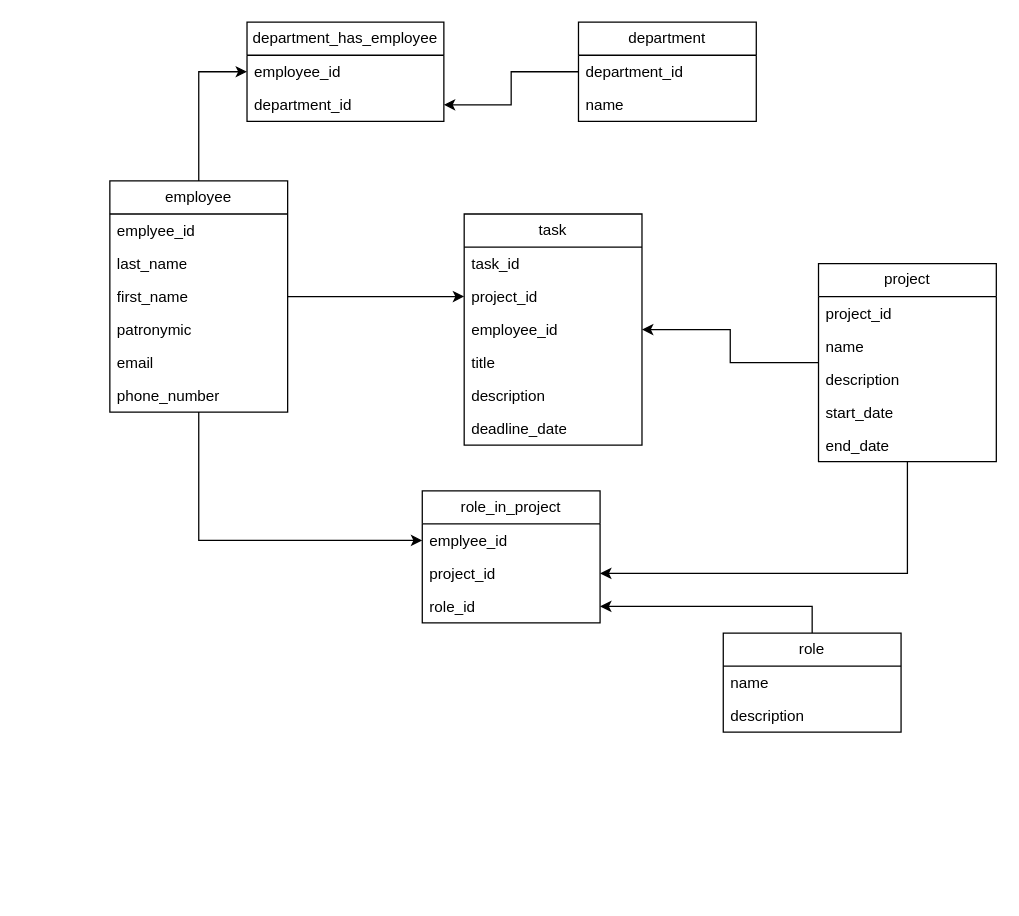
The draw.io diagram page "19 Сотрудники, выполненные проекты, участие в проектах." (2 of 2) of lw2/lw2.drawio in alozhka/databases-course, before the edit. Source tidied: cells renumbered, new cells numbered last; positions are measured from the earlier drawing's top-left corner, leaving out a move shared by most shapes. Both pictures are drawn from the tidied source at 127%, with x=0, y=0 at pixel (109, 22).
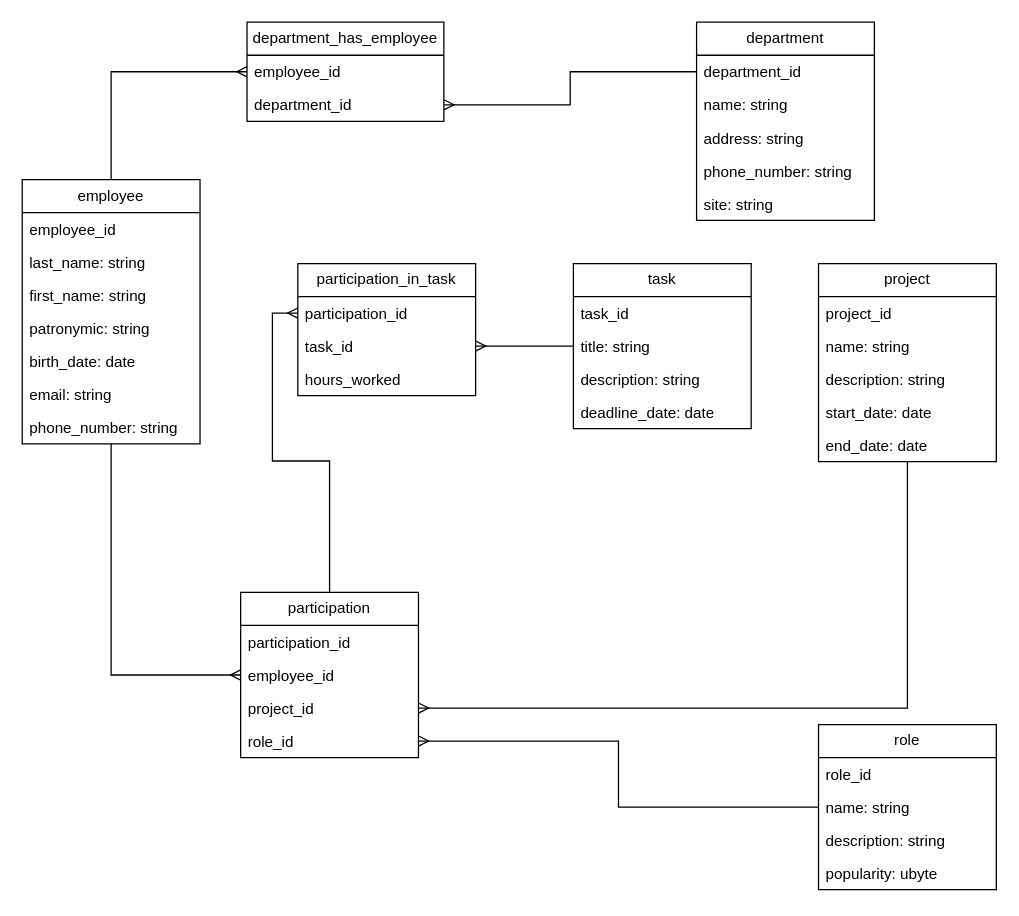
The same page after the edit.

Unchanged cells that the change refers to:
```xml
<mxCell id="14" value="project" style="swimlane;fontStyle=0;horizontal=1;startSize=26;fillColor=none;whiteSpace=wrap;html=1;" parent="1" vertex="1">
  <mxGeometry x="558" y="190" width="140" height="156" as="geometry" />
</mxCell>
<mxCell id="36" value="department_id" style="text;strokeColor=none;fillColor=none;align=left;verticalAlign=top;spacingLeft=4;spacingRight=4;overflow=hidden;points=[[0,0.5],[1,0.5]];portConstraint=eastwest;whiteSpace=wrap;html=1;" parent="35" vertex="1">
  <mxGeometry y="26" width="140" height="26" as="geometry" />
</mxCell>
<mxCell id="39" value="employee_id" style="text;strokeColor=none;fillColor=none;align=left;verticalAlign=top;spacingLeft=4;spacingRight=4;overflow=hidden;points=[[0,0.5],[1,0.5]];portConstraint=eastwest;whiteSpace=wrap;html=1;" parent="38" vertex="1">
  <mxGeometry y="26" width="155" height="26" as="geometry" />
</mxCell>
<mxCell id="40" value="department_id" style="text;strokeColor=none;fillColor=none;align=left;verticalAlign=top;spacingLeft=4;spacingRight=4;overflow=hidden;points=[[0,0.5],[1,0.5]];portConstraint=eastwest;whiteSpace=wrap;html=1;" parent="38" vertex="1">
  <mxGeometry y="52" width="155" height="26" as="geometry" />
</mxCell>
```

What changed in the source:
```diff
@@
-    <mxCell id="2" style="edgeStyle=orthogonalEdgeStyle;rounded=0;jettySize=auto;html=1;" parent="1" edge="1" source="5" target="26">
-      <mxGeometry relative="1" as="geometry" />
-    </mxCell>
-    <mxCell id="3" style="edgeStyle=orthogonalEdgeStyle;rounded=0;jettySize=auto;html=1;entryX=0;entryY=0.5;entryDx=0;entryDy=0;" parent="1" edge="1" source="5" target="32">
+    <mxCell id="3" style="edgeStyle=orthogonalEdgeStyle;rounded=0;jettySize=auto;html=1;entryX=0;entryY=0.5;entryDx=0;entryDy=0;endArrow=ERmany;endFill=0;" parent="1" edge="1" source="5" target="32">
       <mxGeometry relative="1" as="geometry" />
     </mxCell>
-    <mxCell id="4" style="edgeStyle=orthogonalEdgeStyle;rounded=0;jettySize=auto;html=1;" parent="1" edge="1" source="5" target="39">
+    <mxCell id="4" style="edgeStyle=orthogonalEdgeStyle;rounded=0;jettySize=auto;html=1;endArrow=ERmany;endFill=0;" parent="1" edge="1" source="5" target="39">
       <mxGeometry relative="1" as="geometry" />
     </mxCell>
     <mxCell id="5" value="employee" style="swimlane;fontStyle=0;horizontal=1;startSize=26;fillColor=none;whiteSpace=wrap;html=1;" parent="1" vertex="1">
-      <mxGeometry y="125" width="140" height="182" as="geometry" />
+      <mxGeometry x="-69" y="124" width="140" height="208" as="geometry" />
     </mxCell>
-    <mxCell id="6" value="emplyee_id" style="text;strokeColor=none;fillColor=none;align=left;verticalAlign=top;spacingLeft=4;spacingRight=4;overflow=hidden;whiteSpace=wrap;html=1;" parent="5" vertex="1">
+    <mxCell id="6" value="employee_id" style="text;strokeColor=none;fillColor=none;align=left;verticalAlign=top;spacingLeft=4;spacingRight=4;overflow=hidden;whiteSpace=wrap;html=1;" parent="5" vertex="1">
       <mxGeometry y="26" width="140" height="26" as="geometry" />
     </mxCell>
-    <mxCell id="7" value="last_name" style="text;strokeColor=none;fillColor=none;align=left;verticalAlign=top;spacingLeft=4;spacingRight=4;overflow=hidden;whiteSpace=wrap;html=1;" parent="5" vertex="1">
+    <mxCell id="7" value="last_name: string" style="text;strokeColor=none;fillColor=none;align=left;verticalAlign=top;spacingLeft=4;spacingRight=4;overflow=hidden;whiteSpace=wrap;html=1;" parent="5" vertex="1">
       <mxGeometry y="52" width="140" height="26" as="geometry" />
     </mxCell>
-    <mxCell id="8" value="first_name" style="text;strokeColor=none;fillColor=none;align=left;verticalAlign=top;spacingLeft=4;spacingRight=4;overflow=hidden;whiteSpace=wrap;html=1;" parent="5" vertex="1">
+    <mxCell id="8" value="first_name: string" style="text;strokeColor=none;fillColor=none;align=left;verticalAlign=top;spacingLeft=4;spacingRight=4;overflow=hidden;whiteSpace=wrap;html=1;" parent="5" vertex="1">
       <mxGeometry y="78" width="140" height="26" as="geometry" />
     </mxCell>
-    <mxCell id="9" value="patronymic" style="text;strokeColor=none;fillColor=none;align=left;verticalAlign=top;spacingLeft=4;spacingRight=4;overflow=hidden;whiteSpace=wrap;html=1;" parent="5" vertex="1">
+    <mxCell id="9" value="patronymic: string" style="text;strokeColor=none;fillColor=none;align=left;verticalAlign=top;spacingLeft=4;spacingRight=4;overflow=hidden;whiteSpace=wrap;html=1;" parent="5" vertex="1">
       <mxGeometry y="104" width="140" height="26" as="geometry" />
     </mxCell>
+    <mxCell id="42" value="birth_date: date" style="text;strokeColor=none;fillColor=none;align=left;verticalAlign=top;spacingLeft=4;spacingRight=4;overflow=hidden;whiteSpace=wrap;html=1;" parent="5" vertex="1">
+      <mxGeometry y="130" width="140" height="26" as="geometry" />
+    </mxCell>
-    <mxCell id="10" value="email" style="text;strokeColor=none;fillColor=none;align=left;verticalAlign=top;spacingLeft=4;spacingRight=4;overflow=hidden;whiteSpace=wrap;html=1;" parent="5" vertex="1">
-      <mxGeometry y="130" width="140" height="26" as="geometry" />
+    <mxCell id="10" value="email: string" style="text;strokeColor=none;fillColor=none;align=left;verticalAlign=top;spacingLeft=4;spacingRight=4;overflow=hidden;whiteSpace=wrap;html=1;" parent="5" vertex="1">
+      <mxGeometry y="156" width="140" height="26" as="geometry" />
     </mxCell>
-    <mxCell id="11" value="phone_number" style="text;strokeColor=none;fillColor=none;align=left;verticalAlign=top;spacingLeft=4;spacingRight=4;overflow=hidden;whiteSpace=wrap;html=1;" parent="5" vertex="1">
-      <mxGeometry y="156" width="140" height="26" as="geometry" />
+    <mxCell id="11" value="phone_number: string" style="text;strokeColor=none;fillColor=none;align=left;verticalAlign=top;spacingLeft=4;spacingRight=4;overflow=hidden;whiteSpace=wrap;html=1;" parent="5" vertex="1">
+      <mxGeometry y="182" width="140" height="26" as="geometry" />
     </mxCell>
-    <mxCell id="12" style="edgeStyle=orthogonalEdgeStyle;rounded=0;jettySize=auto;html=1;" parent="1" edge="1" source="14" target="27">
-      <mxGeometry relative="1" as="geometry" />
-    </mxCell>
-    <mxCell id="13" style="edgeStyle=orthogonalEdgeStyle;rounded=0;jettySize=auto;html=1;" parent="1" edge="1" source="14" target="33">
+    <mxCell id="13" style="edgeStyle=orthogonalEdgeStyle;rounded=0;jettySize=auto;html=1;endArrow=ERmany;endFill=0;" parent="1" edge="1" source="14" target="33">
       <mxGeometry relative="1" as="geometry" />
     </mxCell>
@@
-    <mxCell id="16" value="name" style="text;strokeColor=none;fillColor=none;align=left;verticalAlign=top;spacingLeft=4;spacingRight=4;overflow=hidden;whiteSpace=wrap;html=1;" parent="14" vertex="1">
+    <mxCell id="16" value="name: string" style="text;strokeColor=none;fillColor=none;align=left;verticalAlign=top;spacingLeft=4;spacingRight=4;overflow=hidden;whiteSpace=wrap;html=1;" parent="14" vertex="1">
       <mxGeometry y="52" width="140" height="26" as="geometry" />
     </mxCell>
-    <mxCell id="17" value="description" style="text;strokeColor=none;fillColor=none;align=left;verticalAlign=top;spacingLeft=4;spacingRight=4;overflow=hidden;whiteSpace=wrap;html=1;" parent="14" vertex="1">
+    <mxCell id="17" value="description: string" style="text;strokeColor=none;fillColor=none;align=left;verticalAlign=top;spacingLeft=4;spacingRight=4;overflow=hidden;whiteSpace=wrap;html=1;" parent="14" vertex="1">
       <mxGeometry y="78" width="140" height="26" as="geometry" />
     </mxCell>
-    <mxCell id="18" value="start_date" style="text;strokeColor=none;fillColor=none;align=left;verticalAlign=top;spacingLeft=4;spacingRight=4;overflow=hidden;whiteSpace=wrap;html=1;" parent="14" vertex="1">
+    <mxCell id="18" value="start_date: date" style="text;strokeColor=none;fillColor=none;align=left;verticalAlign=top;spacingLeft=4;spacingRight=4;overflow=hidden;whiteSpace=wrap;html=1;" parent="14" vertex="1">
       <mxGeometry y="104" width="140" height="26" as="geometry" />
     </mxCell>
-    <mxCell id="19" value="end_date" style="text;strokeColor=none;fillColor=none;align=left;verticalAlign=top;spacingLeft=4;spacingRight=4;overflow=hidden;whiteSpace=wrap;html=1;" parent="14" vertex="1">
+    <mxCell id="19" value="end_date: date" style="text;strokeColor=none;fillColor=none;align=left;verticalAlign=top;spacingLeft=4;spacingRight=4;overflow=hidden;whiteSpace=wrap;html=1;" parent="14" vertex="1">
       <mxGeometry y="130" width="140" height="26" as="geometry" />
     </mxCell>
-    <mxCell id="20" style="edgeStyle=orthogonalEdgeStyle;rounded=0;jettySize=auto;html=1;entryX=1;entryY=0.5;entryDx=0;entryDy=0;" parent="1" edge="1" source="21" target="34">
+    <mxCell id="20" style="edgeStyle=orthogonalEdgeStyle;rounded=0;jettySize=auto;html=1;entryX=1;entryY=0.5;entryDx=0;entryDy=0;endArrow=ERmany;endFill=0;" parent="1" edge="1" source="21" target="34">
       <mxGeometry relative="1" as="geometry" />
     </mxCell>
     <mxCell id="21" value="role" style="swimlane;fontStyle=0;horizontal=1;startSize=26;fillColor=none;whiteSpace=wrap;html=1;" parent="1" vertex="1">
-      <mxGeometry x="483" y="481" width="140" height="78" as="geometry" />
+      <mxGeometry x="558" y="553" width="140" height="130" as="geometry" />
     </mxCell>
+    <mxCell id="43" value="role_id" style="text;strokeColor=none;fillColor=none;align=left;verticalAlign=top;spacingLeft=4;spacingRight=4;overflow=hidden;whiteSpace=wrap;html=1;" parent="21" vertex="1">
+      <mxGeometry y="26" width="140" height="26" as="geometry" />
+    </mxCell>
-    <mxCell id="22" value="name" style="text;strokeColor=none;fillColor=none;align=left;verticalAlign=top;spacingLeft=4;spacingRight=4;overflow=hidden;whiteSpace=wrap;html=1;" parent="21" vertex="1">
-      <mxGeometry y="26" width="140" height="26" as="geometry" />
+    <mxCell id="22" value="name: string" style="text;strokeColor=none;fillColor=none;align=left;verticalAlign=top;spacingLeft=4;spacingRight=4;overflow=hidden;whiteSpace=wrap;html=1;" parent="21" vertex="1">
+      <mxGeometry y="52" width="140" height="26" as="geometry" />
     </mxCell>
-    <mxCell id="23" value="description" style="text;strokeColor=none;fillColor=none;align=left;verticalAlign=top;spacingLeft=4;spacingRight=4;overflow=hidden;whiteSpace=wrap;html=1;" parent="21" vertex="1">
-      <mxGeometry y="52" width="140" height="26" as="geometry" />
+    <mxCell id="23" value="description: string" style="text;strokeColor=none;fillColor=none;align=left;verticalAlign=top;spacingLeft=4;spacingRight=4;overflow=hidden;whiteSpace=wrap;html=1;" parent="21" vertex="1">
+      <mxGeometry y="78" width="140" height="26" as="geometry" />
     </mxCell>
+    <mxCell id="44" value="popularity: ubyte" style="text;strokeColor=none;fillColor=none;align=left;verticalAlign=top;spacingLeft=4;spacingRight=4;overflow=hidden;whiteSpace=wrap;html=1;" parent="21" vertex="1">
+      <mxGeometry y="104" width="140" height="26" as="geometry" />
+    </mxCell>
+    <mxCell id="45" style="edgeStyle=orthogonalEdgeStyle;rounded=0;jettySize=auto;html=1;endArrow=ERmany;endFill=0;" parent="1" edge="1" source="24" target="53">
+      <mxGeometry relative="1" as="geometry" />
+    </mxCell>
     <mxCell id="24" value="task" style="swimlane;fontStyle=0;horizontal=1;startSize=26;fillColor=none;whiteSpace=wrap;html=1;" parent="1" vertex="1">
-      <mxGeometry x="279" y="151" width="140" height="182" as="geometry" />
+      <mxGeometry x="365" y="190" width="140" height="130" as="geometry" />
     </mxCell>
@@
-    <mxCell id="26" value="project_id" style="text;strokeColor=none;fillColor=none;align=left;verticalAlign=top;spacingLeft=4;spacingRight=4;overflow=hidden;points=[[0,0.5],[1,0.5]];portConstraint=eastwest;whiteSpace=wrap;html=1;" parent="24" vertex="1">
-      <mxGeometry y="52" width="140" height="26" as="geometry" />
-    </mxCell>
-    <mxCell id="27" value="employee_id" style="text;strokeColor=none;fillColor=none;align=left;verticalAlign=top;spacingLeft=4;spacingRight=4;overflow=hidden;points=[[0,0.5],[1,0.5]];portConstraint=eastwest;whiteSpace=wrap;html=1;" parent="24" vertex="1">
-      <mxGeometry y="78" width="140" height="26" as="geometry" />
-    </mxCell>
-    <mxCell id="28" value="title" style="text;strokeColor=none;fillColor=none;align=left;verticalAlign=top;spacingLeft=4;spacingRight=4;overflow=hidden;whiteSpace=wrap;html=1;" parent="24" vertex="1">
-      <mxGeometry y="104" width="140" height="26" as="geometry" />
+    <mxCell id="28" value="title: string" style="text;strokeColor=none;fillColor=none;align=left;verticalAlign=top;spacingLeft=4;spacingRight=4;overflow=hidden;whiteSpace=wrap;html=1;" parent="24" vertex="1">
+      <mxGeometry y="52" width="140" height="26" as="geometry" />
     </mxCell>
-    <mxCell id="29" value="description" style="text;strokeColor=none;fillColor=none;align=left;verticalAlign=top;spacingLeft=4;spacingRight=4;overflow=hidden;whiteSpace=wrap;html=1;" parent="24" vertex="1">
-      <mxGeometry y="130" width="140" height="26" as="geometry" />
+    <mxCell id="29" value="description: string" style="text;strokeColor=none;fillColor=none;align=left;verticalAlign=top;spacingLeft=4;spacingRight=4;overflow=hidden;whiteSpace=wrap;html=1;" parent="24" vertex="1">
+      <mxGeometry y="78" width="140" height="26" as="geometry" />
     </mxCell>
-    <mxCell id="30" value="deadline_date" style="text;strokeColor=none;fillColor=none;align=left;verticalAlign=top;spacingLeft=4;spacingRight=4;overflow=hidden;whiteSpace=wrap;html=1;" parent="24" vertex="1">
-      <mxGeometry y="156" width="140" height="26" as="geometry" />
+    <mxCell id="30" value="deadline_date: date" style="text;strokeColor=none;fillColor=none;align=left;verticalAlign=top;spacingLeft=4;spacingRight=4;overflow=hidden;whiteSpace=wrap;html=1;" parent="24" vertex="1">
+      <mxGeometry y="104" width="140" height="26" as="geometry" />
     </mxCell>
+    <mxCell id="46" style="edgeStyle=orthogonalEdgeStyle;rounded=0;jettySize=auto;html=1;endArrow=ERmany;endFill=0;" parent="1" edge="1" source="31" target="52">
+      <mxGeometry relative="1" as="geometry" />
+    </mxCell>
-    <mxCell id="31" value="role_in_project" style="swimlane;fontStyle=0;horizontal=1;startSize=26;fillColor=none;whiteSpace=wrap;html=1;" parent="1" vertex="1">
-      <mxGeometry x="246" y="369" width="140" height="104" as="geometry" />
+    <mxCell id="31" value="participation" style="swimlane;fontStyle=0;horizontal=1;startSize=26;fillColor=none;whiteSpace=wrap;html=1;" parent="1" vertex="1">
+      <mxGeometry x="103" y="449" width="140" height="130" as="geometry" />
     </mxCell>
+    <mxCell id="47" value="participation_id" style="text;strokeColor=none;fillColor=none;align=left;verticalAlign=top;spacingLeft=4;spacingRight=4;overflow=hidden;whiteSpace=wrap;html=1;" parent="31" vertex="1">
+      <mxGeometry y="26" width="140" height="26" as="geometry" />
+    </mxCell>
-    <mxCell id="32" value="emplyee_id" style="text;strokeColor=none;fillColor=none;align=left;verticalAlign=top;spacingLeft=4;spacingRight=4;overflow=hidden;points=[[0,0.5],[1,0.5]];portConstraint=eastwest;whiteSpace=wrap;html=1;" parent="31" vertex="1">
-      <mxGeometry y="26" width="140" height="26" as="geometry" />
+    <mxCell id="32" value="employee_id" style="text;strokeColor=none;fillColor=none;align=left;verticalAlign=top;spacingLeft=4;spacingRight=4;overflow=hidden;points=[[0,0.5],[1,0.5]];portConstraint=eastwest;whiteSpace=wrap;html=1;" parent="31" vertex="1">
+      <mxGeometry y="52" width="140" height="26" as="geometry" />
     </mxCell>
     <mxCell id="33" value="project_id" style="text;strokeColor=none;fillColor=none;align=left;verticalAlign=top;spacingLeft=4;spacingRight=4;overflow=hidden;points=[[0,0.5],[1,0.5]];portConstraint=eastwest;whiteSpace=wrap;html=1;" parent="31" vertex="1">
-      <mxGeometry y="52" width="140" height="26" as="geometry" />
+      <mxGeometry y="78" width="140" height="26" as="geometry" />
     </mxCell>
     <mxCell id="34" value="role_id" style="text;strokeColor=none;fillColor=none;align=left;verticalAlign=top;spacingLeft=4;spacingRight=4;overflow=hidden;points=[[0,0.5],[1,0.5]];portConstraint=eastwest;whiteSpace=wrap;html=1;" parent="31" vertex="1">
-      <mxGeometry y="78" width="140" height="26" as="geometry" />
+      <mxGeometry y="104" width="140" height="26" as="geometry" />
     </mxCell>
     <mxCell id="35" value="department" style="swimlane;fontStyle=0;horizontal=1;startSize=26;fillColor=none;whiteSpace=wrap;html=1;" parent="1" vertex="1">
-      <mxGeometry x="369" width="140" height="78" as="geometry" />
+      <mxGeometry x="462" width="140" height="156" as="geometry" />
     </mxCell>
@@
-    <mxCell id="37" value="name" style="text;strokeColor=none;fillColor=none;align=left;verticalAlign=top;spacingLeft=4;spacingRight=4;overflow=hidden;whiteSpace=wrap;html=1;" parent="35" vertex="1">
+    <mxCell id="37" value="name: string" style="text;strokeColor=none;fillColor=none;align=left;verticalAlign=top;spacingLeft=4;spacingRight=4;overflow=hidden;whiteSpace=wrap;html=1;" parent="35" vertex="1">
       <mxGeometry y="52" width="140" height="26" as="geometry" />
     </mxCell>
+    <mxCell id="48" value="address: string" style="text;strokeColor=none;fillColor=none;align=left;verticalAlign=top;spacingLeft=4;spacingRight=4;overflow=hidden;whiteSpace=wrap;html=1;" parent="35" vertex="1">
+      <mxGeometry y="78" width="140" height="26" as="geometry" />
+    </mxCell>
+    <mxCell id="49" value="phone_number: string" style="text;strokeColor=none;fillColor=none;align=left;verticalAlign=top;spacingLeft=4;spacingRight=4;overflow=hidden;whiteSpace=wrap;html=1;" parent="35" vertex="1">
+      <mxGeometry y="104" width="140" height="26" as="geometry" />
+    </mxCell>
+    <mxCell id="50" value="site: string" style="text;strokeColor=none;fillColor=none;align=left;verticalAlign=top;spacingLeft=4;spacingRight=4;overflow=hidden;whiteSpace=wrap;html=1;" parent="35" vertex="1">
+      <mxGeometry y="130" width="140" height="26" as="geometry" />
+    </mxCell>
@@
-    <mxCell id="41" style="edgeStyle=orthogonalEdgeStyle;rounded=0;jettySize=auto;html=1;entryX=1;entryY=0.5;entryDx=0;entryDy=0;" parent="1" edge="1" source="36" target="40">
+    <mxCell id="41" style="edgeStyle=orthogonalEdgeStyle;rounded=0;jettySize=auto;html=1;entryX=1;entryY=0.5;entryDx=0;entryDy=0;endArrow=ERmany;endFill=0;" parent="1" edge="1" source="36" target="40">
       <mxGeometry relative="1" as="geometry" />
     </mxCell>
+    <mxCell id="51" value="participation_in_task" style="swimlane;fontStyle=0;horizontal=1;startSize=26;fillColor=none;whiteSpace=wrap;html=1;" parent="1" vertex="1">
+      <mxGeometry x="148" y="190" width="140" height="104" as="geometry" />
+    </mxCell>
+    <mxCell id="52" value="participation_id" style="text;strokeColor=none;fillColor=none;align=left;verticalAlign=top;spacingLeft=4;spacingRight=4;overflow=hidden;points=[[0,0.5],[1,0.5]];portConstraint=eastwest;whiteSpace=wrap;html=1;" parent="51" vertex="1">
+      <mxGeometry y="26" width="140" height="26" as="geometry" />
+    </mxCell>
+    <mxCell id="53" value="task_id" style="text;strokeColor=none;fillColor=none;align=left;verticalAlign=top;spacingLeft=4;spacingRight=4;overflow=hidden;points=[[0,0.5],[1,0.5]];portConstraint=eastwest;whiteSpace=wrap;html=1;" parent="51" vertex="1">
+      <mxGeometry y="52" width="140" height="26" as="geometry" />
+    </mxCell>
+    <mxCell id="54" value="hours_worked" style="text;strokeColor=none;fillColor=none;align=left;verticalAlign=top;spacingLeft=4;spacingRight=4;overflow=hidden;whiteSpace=wrap;html=1;" parent="51" vertex="1">
+      <mxGeometry y="78" width="140" height="26" as="geometry" />
+    </mxCell>
```
